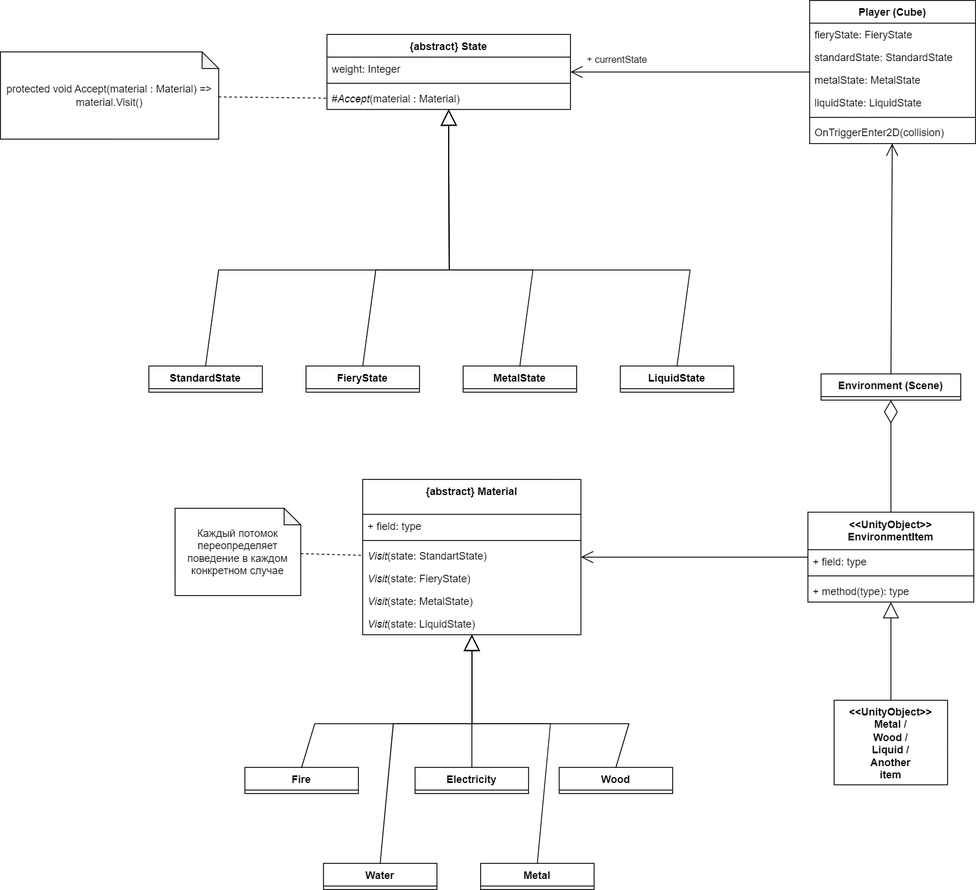
Earlier version of the draw.io export Documentation/Class Diagram.png (Mithrilll/Rock). Source tidied: cells renumbered, new cells last; positions are measured from the earlier drawing's top-left corner, leaving out a move shared by most shapes.
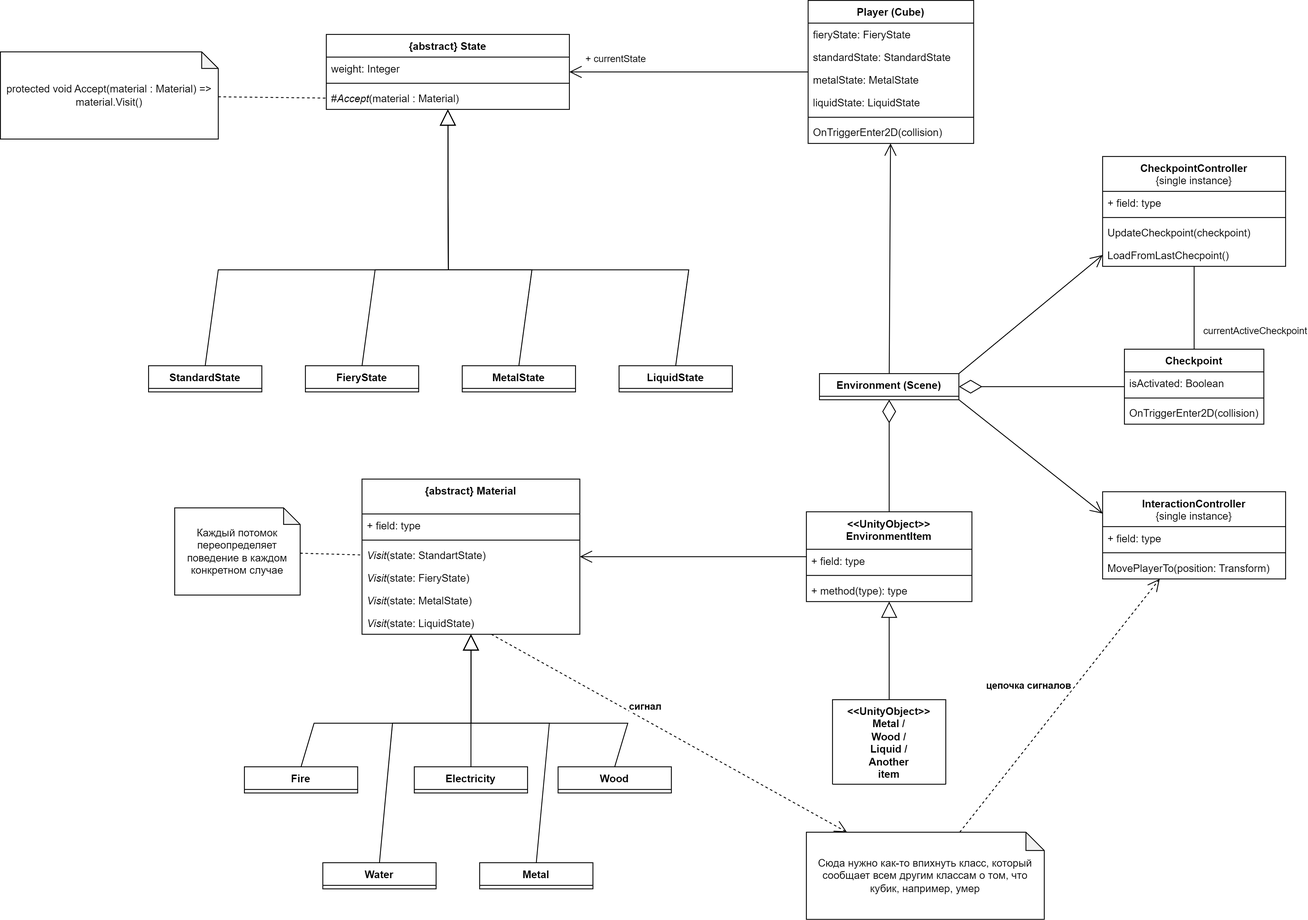
After the commit.

Change to the diagram source:
```diff
@@ -136,6 +136,12 @@
     <mxCell id="34" value="OnTriggerEnter2D(collision)" style="text;strokeColor=none;fillColor=none;align=left;verticalAlign=top;spacingLeft=4;spacingRight=4;overflow=hidden;whiteSpace=wrap;html=1;" parent="28" vertex="1">
       <mxGeometry y="138" width="190" height="26" as="geometry" />
     </mxCell>
+    <mxCell id="54" style="edgeStyle=none;shape=connector;rounded=0;jettySize=auto;html=1;exitX=1;exitY=0;exitDx=0;exitDy=0;labelBackgroundColor=default;strokeColor=default;fontFamily=Helvetica;fontSize=11;fontColor=default;endArrow=open;endFill=1;endSize=12;entryX=0;entryY=0.5;entryDx=0;entryDy=0;" parent="1" edge="1" source="35" target="62">
+      <mxGeometry relative="1" as="geometry" />
+    </mxCell>
+    <mxCell id="55" style="edgeStyle=none;shape=connector;rounded=0;jettySize=auto;html=1;exitX=1;exitY=1;exitDx=0;exitDy=0;labelBackgroundColor=default;strokeColor=default;fontFamily=Helvetica;fontSize=11;fontColor=default;endArrow=open;endFill=1;endSize=12;entryX=0;entryY=0.25;entryDx=0;entryDy=0;" parent="1" edge="1" source="35" target="68">
+      <mxGeometry relative="1" as="geometry" />
+    </mxCell>
     <mxCell id="35" value="Environment (Scene)" style="swimlane;fontStyle=1;align=center;verticalAlign=top;horizontal=1;startSize=26;whiteSpace=wrap;html=1;" parent="1" vertex="1" collapsed="1">
       <mxGeometry x="940" y="428" width="160" height="30" as="geometry" />
     </mxCell>
@@ -200,5 +206,74 @@
         <mxPoint x="1" y="-15" as="offset" />
       </mxGeometry>
     </mxCell>
+    <mxCell id="56" style="edgeStyle=orthogonalEdgeStyle;rounded=0;jettySize=auto;html=1;endArrow=none;endFill=0;startSize=6;endSize=12;startArrow=none;startFill=0;" parent="1" edge="1" source="58" target="63">
+      <mxGeometry relative="1" as="geometry" />
+    </mxCell>
+    <mxCell id="57" value="currentActiveCheckpoint" style="edgeLabel;html=1;align=center;verticalAlign=middle;" parent="56" vertex="1">
+      <mxGeometry x="0.38" y="-1" relative="1" as="geometry">
+        <mxPoint x="71" y="8" as="offset" />
+      </mxGeometry>
+    </mxCell>
+    <mxCell id="58" value="CheckpointController&lt;br&gt;&lt;span style=&quot;font-weight: normal;&quot;&gt;{single instance}&lt;/span&gt;" style="swimlane;fontStyle=1;align=center;verticalAlign=top;horizontal=1;startSize=40;whiteSpace=wrap;html=1;" parent="1" vertex="1">
+      <mxGeometry x="1265" y="179" width="210" height="126" as="geometry" />
+    </mxCell>
+    <mxCell id="59" value="+ field: type" style="text;strokeColor=none;fillColor=none;align=left;verticalAlign=top;spacingLeft=4;spacingRight=4;overflow=hidden;whiteSpace=wrap;html=1;" parent="58" vertex="1">
+      <mxGeometry y="40" width="210" height="26" as="geometry" />
+    </mxCell>
+    <mxCell id="60" style="line;strokeWidth=1;fillColor=none;align=left;verticalAlign=middle;spacingTop=-1;spacingLeft=3;spacingRight=3;labelPosition=right;strokeColor=inherit;" parent="58" vertex="1">
+      <mxGeometry y="66" width="210" height="8" as="geometry" />
+    </mxCell>
+    <mxCell id="61" value="UpdateCheckpoint(checkpoint)" style="text;strokeColor=none;fillColor=none;align=left;verticalAlign=top;spacingLeft=4;spacingRight=4;overflow=hidden;whiteSpace=wrap;html=1;" parent="58" vertex="1">
+      <mxGeometry y="74" width="210" height="26" as="geometry" />
+    </mxCell>
+    <mxCell id="62" value="LoadFromLastChecpoint()" style="text;strokeColor=none;fillColor=none;align=left;verticalAlign=top;spacingLeft=4;spacingRight=4;overflow=hidden;points=[[0,0.5],[1,0.5]];portConstraint=eastwest;whiteSpace=wrap;html=1;" parent="58" vertex="1">
+      <mxGeometry y="100" width="210" height="26" as="geometry" />
+    </mxCell>
+    <mxCell id="63" value="Checkpoint" style="swimlane;fontStyle=1;align=center;verticalAlign=top;horizontal=1;startSize=26;whiteSpace=wrap;html=1;" parent="1" vertex="1">
+      <mxGeometry x="1290" y="400" width="160" height="86" as="geometry" />
+    </mxCell>
+    <mxCell id="64" value="isActivated: Boolean" style="text;strokeColor=none;fillColor=none;align=left;verticalAlign=top;spacingLeft=4;spacingRight=4;overflow=hidden;whiteSpace=wrap;html=1;" parent="63" vertex="1">
+      <mxGeometry y="26" width="160" height="26" as="geometry" />
+    </mxCell>
+    <mxCell id="65" style="line;strokeWidth=1;fillColor=none;align=left;verticalAlign=middle;spacingTop=-1;spacingLeft=3;spacingRight=3;labelPosition=right;strokeColor=inherit;" parent="63" vertex="1">
+      <mxGeometry y="52" width="160" height="8" as="geometry" />
+    </mxCell>
+    <mxCell id="66" value="OnTriggerEnter2D(collision)" style="text;strokeColor=none;fillColor=none;align=left;verticalAlign=top;spacingLeft=4;spacingRight=4;overflow=hidden;whiteSpace=wrap;html=1;" parent="63" vertex="1">
+      <mxGeometry y="60" width="160" height="26" as="geometry" />
+    </mxCell>
+    <mxCell id="67" style="endArrow=diamondThin;endFill=0;endSize=24;html=1;rounded=0;" parent="1" edge="1" source="63" target="35">
+      <mxGeometry relative="1" as="geometry" />
+    </mxCell>
+    <mxCell id="68" value="InteractionController&lt;br&gt;&lt;span style=&quot;font-weight: normal;&quot;&gt;{single instance}&lt;/span&gt;" style="swimlane;fontStyle=1;align=center;verticalAlign=top;horizontal=1;startSize=40;whiteSpace=wrap;html=1;" parent="1" vertex="1">
+      <mxGeometry x="1265" y="563.5" width="210" height="100" as="geometry" />
+    </mxCell>
+    <mxCell id="69" value="+ field: type" style="text;strokeColor=none;fillColor=none;align=left;verticalAlign=top;spacingLeft=4;spacingRight=4;overflow=hidden;whiteSpace=wrap;html=1;" parent="68" vertex="1">
+      <mxGeometry y="40" width="210" height="26" as="geometry" />
+    </mxCell>
+    <mxCell id="70" style="line;strokeWidth=1;fillColor=none;align=left;verticalAlign=middle;spacingTop=-1;spacingLeft=3;spacingRight=3;labelPosition=right;strokeColor=inherit;" parent="68" vertex="1">
+      <mxGeometry y="66" width="210" height="8" as="geometry" />
+    </mxCell>
+    <mxCell id="71" value="MovePlayerTo(position: Transform)" style="text;strokeColor=none;fillColor=none;align=left;verticalAlign=top;spacingLeft=4;spacingRight=4;overflow=hidden;whiteSpace=wrap;html=1;" parent="68" vertex="1">
+      <mxGeometry y="74" width="210" height="26" as="geometry" />
+    </mxCell>
+    <mxCell id="72" style="edgeStyle=none;shape=connector;rounded=0;jettySize=auto;html=1;labelBackgroundColor=default;strokeColor=default;fontFamily=Helvetica;fontSize=11;fontColor=default;endArrow=open;endFill=1;endSize=12;dashed=1;" parent="1" edge="1" source="74" target="68">
+      <mxGeometry relative="1" as="geometry" />
+    </mxCell>
+    <mxCell id="73" value="&lt;b&gt;цепочка сигналов&lt;/b&gt;" style="edgeLabel;html=1;align=center;verticalAlign=middle;fontSize=11;fontFamily=Helvetica;fontColor=default;" parent="72" vertex="1">
+      <mxGeometry x="0.16" y="-1" relative="1" as="geometry">
+        <mxPoint x="-55" as="offset" />
+      </mxGeometry>
+    </mxCell>
+    <mxCell id="74" value="Сюда нужно как-то впихнуть класс, который сообщает всем другим классам о том, что кубик, например, умер" style="shape=note;whiteSpace=wrap;html=1;backgroundOutline=1;darkOpacity=0.05;size=21;" parent="1" vertex="1">
+      <mxGeometry x="925" y="954" width="273" height="100" as="geometry" />
+    </mxCell>
+    <mxCell id="75" style="edgeStyle=none;shape=connector;rounded=0;jettySize=auto;html=1;labelBackgroundColor=default;strokeColor=default;fontFamily=Helvetica;fontSize=11;fontColor=default;endArrow=open;endFill=1;endSize=12;dashed=1;" parent="1" edge="1" source="20" target="74">
+      <mxGeometry relative="1" as="geometry" />
+    </mxCell>
+    <mxCell id="76" value="&lt;b&gt;сигнал&lt;/b&gt;" style="edgeLabel;html=1;align=center;verticalAlign=middle;fontSize=11;fontFamily=Helvetica;fontColor=default;" parent="75" vertex="1">
+      <mxGeometry x="-0.17" y="2" relative="1" as="geometry">
+        <mxPoint x="6" y="-10" as="offset" />
+      </mxGeometry>
+    </mxCell>
   </root>
 </mxGraphModel>
```
